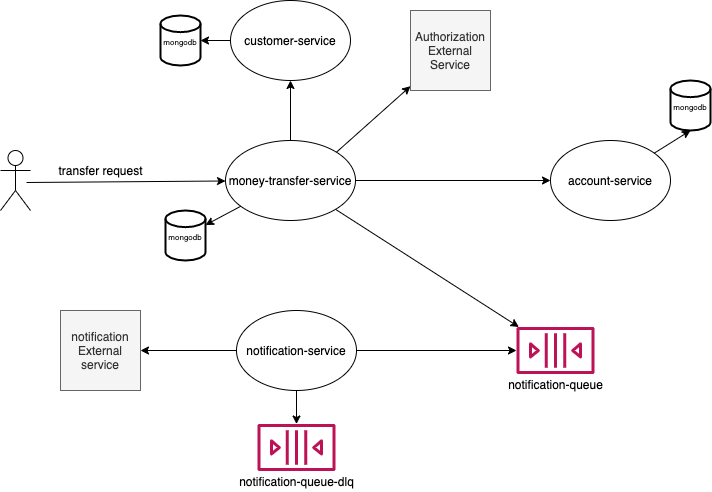
Before: transfer-components.png, a diagram exported from draw.io (diegolucasilva/transfer-app). Source tidied: cells renumbered, new cells last; positions are measured from the earlier drawing's top-left corner, leaving out a move shared by most shapes. Source of this version:
```xml
<mxGraphModel>
  <root>
    <mxCell id="0" />
    <mxCell id="1" parent="0" />
    <mxCell id="2" value="account-service" style="ellipse;whiteSpace=wrap;html=1;" parent="1" vertex="1">
      <mxGeometry x="550" y="140" width="120" height="80" as="geometry" />
    </mxCell>
    <mxCell id="3" value="money-transfer-service&lt;br&gt;" style="ellipse;whiteSpace=wrap;html=1;" parent="1" vertex="1">
      <mxGeometry x="225" y="140" width="130" height="80" as="geometry" />
    </mxCell>
    <mxCell id="4" style="endArrow=classic;html=1;exitX=1;exitY=0;exitDx=0;exitDy=0;" parent="1" edge="1" source="3" target="10">
      <mxGeometry relative="1" as="geometry" />
    </mxCell>
    <mxCell id="5" value="notification-service" style="ellipse;whiteSpace=wrap;html=1;" parent="1" vertex="1">
      <mxGeometry x="236" y="310" width="120" height="80" as="geometry" />
    </mxCell>
    <mxCell id="6" style="endArrow=classic;html=1;" parent="1" edge="1" source="3" target="17">
      <mxGeometry relative="1" as="geometry" />
    </mxCell>
    <mxCell id="7" style="endArrow=classic;html=1;exitX=0;exitY=0.5;exitDx=0;exitDy=0;" parent="1" edge="1" source="5" target="22">
      <mxGeometry relative="1" as="geometry" />
    </mxCell>
    <mxCell id="8" style="endArrow=classic;html=1;exitX=0.5;exitY=1;exitDx=0;exitDy=0;" parent="1" edge="1" source="5" target="20">
      <mxGeometry relative="1" as="geometry" />
    </mxCell>
    <mxCell id="9" style="endArrow=classic;html=1;" parent="1" edge="1" source="3" target="2">
      <mxGeometry relative="1" as="geometry" />
    </mxCell>
    <mxCell id="10" value="Authorization External Service" style="whiteSpace=wrap;html=1;fillColor=#f5f5f5;strokeColor=#666666;fontColor=#333333;" parent="1" vertex="1">
      <mxGeometry x="410" y="10" width="80" height="80" as="geometry" />
    </mxCell>
    <mxCell id="11" style="endArrow=classic;html=1;exitX=0.5;exitY=0;exitDx=0;exitDy=0;" parent="1" edge="1" source="3" target="12">
      <mxGeometry relative="1" as="geometry" />
    </mxCell>
    <mxCell id="12" value="customer-service" style="ellipse;whiteSpace=wrap;html=1;" parent="1" vertex="1">
      <mxGeometry x="230" width="120" height="80" as="geometry" />
    </mxCell>
    <mxCell id="13" value="&lt;font style=&quot;font-size: 8px&quot;&gt;mongodb&lt;/font&gt;" style="strokeWidth=2;html=1;shape=mxgraph.flowchart.database;whiteSpace=wrap;" parent="1" vertex="1">
      <mxGeometry x="165" y="210" width="40" height="50" as="geometry" />
    </mxCell>
    <mxCell id="14" style="endArrow=classic;html=1;" parent="1" edge="1" source="3" target="13">
      <mxGeometry relative="1" as="geometry" />
    </mxCell>
    <mxCell id="15" value="&lt;font style=&quot;font-size: 8px&quot;&gt;mongodb&lt;/font&gt;" style="strokeWidth=2;html=1;shape=mxgraph.flowchart.database;whiteSpace=wrap;" parent="1" vertex="1">
      <mxGeometry x="670" y="80" width="40" height="50" as="geometry" />
    </mxCell>
    <mxCell id="16" style="endArrow=classic;html=1;entryX=0.5;entryY=1;entryDx=0;entryDy=0;entryPerimeter=0;" parent="1" edge="1" source="2" target="15">
      <mxGeometry relative="1" as="geometry" />
    </mxCell>
    <mxCell id="17" style="outlineConnect=0;fontColor=#232F3E;gradientColor=none;fillColor=#BC1356;strokeColor=none;dashed=0;verticalLabelPosition=bottom;verticalAlign=top;align=center;html=1;fontSize=12;fontStyle=0;shape=mxgraph.aws4.queue;" parent="1" vertex="1">
      <mxGeometry x="516" y="326.5" width="78" height="47" as="geometry" />
    </mxCell>
    <mxCell id="18" style="endArrow=classic;html=1;" parent="1" edge="1" source="5" target="17">
      <mxGeometry relative="1" as="geometry" />
    </mxCell>
    <mxCell id="19" value="notification-queue" style="text;html=1;align=center;verticalAlign=middle;" parent="1" vertex="1">
      <mxGeometry x="500" y="373.5" width="110" height="20" as="geometry" />
    </mxCell>
    <mxCell id="20" style="outlineConnect=0;fontColor=#232F3E;gradientColor=none;fillColor=#BC1356;strokeColor=none;dashed=0;verticalLabelPosition=bottom;verticalAlign=top;align=center;html=1;fontSize=12;fontStyle=0;shape=mxgraph.aws4.queue;" parent="1" vertex="1">
      <mxGeometry x="257" y="423.5" width="78" height="47" as="geometry" />
    </mxCell>
    <mxCell id="21" value="notification-queue-dlq" style="text;html=1;align=center;verticalAlign=middle;" parent="1" vertex="1">
      <mxGeometry x="231" y="470.5" width="130" height="20" as="geometry" />
    </mxCell>
    <mxCell id="22" value="notification External service" style="whiteSpace=wrap;html=1;fillColor=#f5f5f5;strokeColor=#666666;fontColor=#333333;" parent="1" vertex="1">
      <mxGeometry x="60" y="310" width="80" height="80" as="geometry" />
    </mxCell>
    <mxCell id="23" value="transfer request" style="text;html=1;align=center;verticalAlign=middle;" parent="1" vertex="1">
      <mxGeometry x="50" y="160" width="100" height="20" as="geometry" />
    </mxCell>
    <mxCell id="24" style="endArrow=classic;html=1;" parent="1" edge="1" target="3">
      <mxGeometry relative="1" as="geometry">
        <mxPoint x="26" y="182" as="sourcePoint" />
      </mxGeometry>
    </mxCell>
    <mxCell id="25" style="shape=umlActor;verticalLabelPosition=bottom;verticalAlign=top;html=1;" parent="1" vertex="1">
      <mxGeometry y="150" width="30" height="60" as="geometry" />
    </mxCell>
    <mxCell id="26" value="&lt;font style=&quot;font-size: 8px&quot;&gt;mongodb&lt;/font&gt;" style="strokeWidth=2;html=1;shape=mxgraph.flowchart.database;whiteSpace=wrap;" parent="1" vertex="1">
      <mxGeometry x="160" y="15" width="40" height="50" as="geometry" />
    </mxCell>
    <mxCell id="27" style="endArrow=classic;html=1;exitX=0;exitY=0.5;exitDx=0;exitDy=0;" parent="1" edge="1" source="12" target="26">
      <mxGeometry relative="1" as="geometry" />
    </mxCell>
  </root>
</mxGraphModel>
```
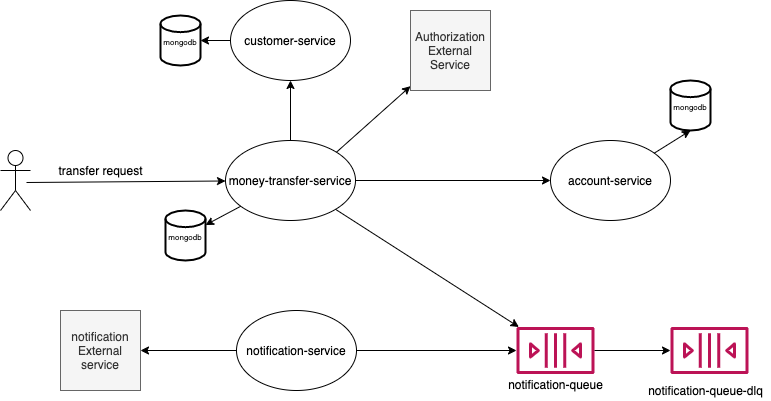
After the change.

Commit message:
diagram component

What changed in the source:
```diff
@@ -20,9 +20,6 @@
     <mxCell id="7" style="endArrow=classic;html=1;exitX=0;exitY=0.5;exitDx=0;exitDy=0;" parent="1" edge="1" source="5" target="22">
       <mxGeometry relative="1" as="geometry" />
     </mxCell>
-    <mxCell id="8" style="endArrow=classic;html=1;exitX=0.5;exitY=1;exitDx=0;exitDy=0;" parent="1" edge="1" source="5" target="20">
-      <mxGeometry relative="1" as="geometry" />
-    </mxCell>
     <mxCell id="9" style="endArrow=classic;html=1;" parent="1" edge="1" source="3" target="2">
       <mxGeometry relative="1" as="geometry" />
     </mxCell>
@@ -57,10 +54,10 @@
       <mxGeometry x="500" y="373.5" width="110" height="20" as="geometry" />
     </mxCell>
     <mxCell id="20" style="outlineConnect=0;fontColor=#232F3E;gradientColor=none;fillColor=#BC1356;strokeColor=none;dashed=0;verticalLabelPosition=bottom;verticalAlign=top;align=center;html=1;fontSize=12;fontStyle=0;shape=mxgraph.aws4.queue;" parent="1" vertex="1">
-      <mxGeometry x="257" y="423.5" width="78" height="47" as="geometry" />
+      <mxGeometry x="670" y="326.5" width="78" height="47" as="geometry" />
     </mxCell>
     <mxCell id="21" value="notification-queue-dlq" style="text;html=1;align=center;verticalAlign=middle;" parent="1" vertex="1">
-      <mxGeometry x="231" y="470.5" width="130" height="20" as="geometry" />
+      <mxGeometry x="640" y="380" width="130" height="20" as="geometry" />
     </mxCell>
     <mxCell id="22" value="notification External service" style="whiteSpace=wrap;html=1;fillColor=#f5f5f5;strokeColor=#666666;fontColor=#333333;" parent="1" vertex="1">
       <mxGeometry x="60" y="310" width="80" height="80" as="geometry" />
@@ -82,5 +79,8 @@
     <mxCell id="27" style="endArrow=classic;html=1;exitX=0;exitY=0.5;exitDx=0;exitDy=0;" parent="1" edge="1" source="12" target="26">
       <mxGeometry relative="1" as="geometry" />
     </mxCell>
+    <mxCell id="28" style="endArrow=classic;html=1;" parent="1" edge="1" source="17" target="20">
+      <mxGeometry relative="1" as="geometry" />
+    </mxCell>
   </root>
 </mxGraphModel>
```
